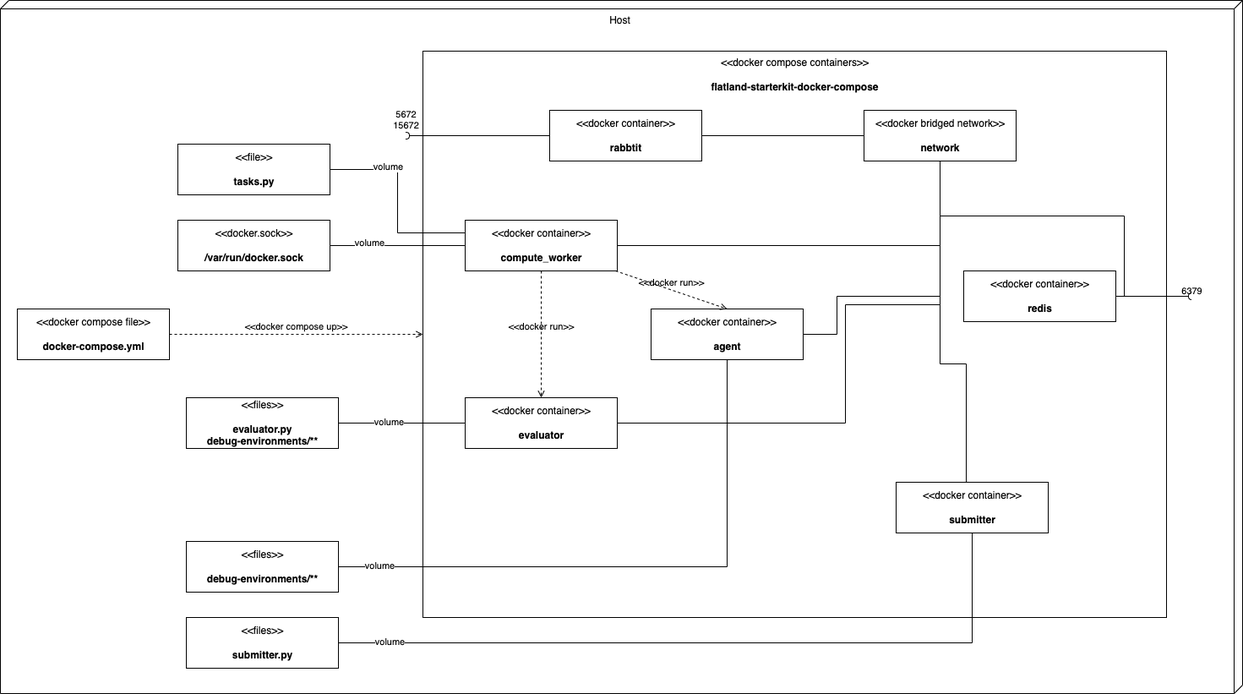
flatland-association/flatland-benchmarks keeps this draw.io diagram as evaluation/img/deployment.drawio.png. Above is the earlier version. Source tidied: cells renumbered, new cells last; positions are measured from the earlier drawing's top-left corner, leaving out a move shared by most shapes.
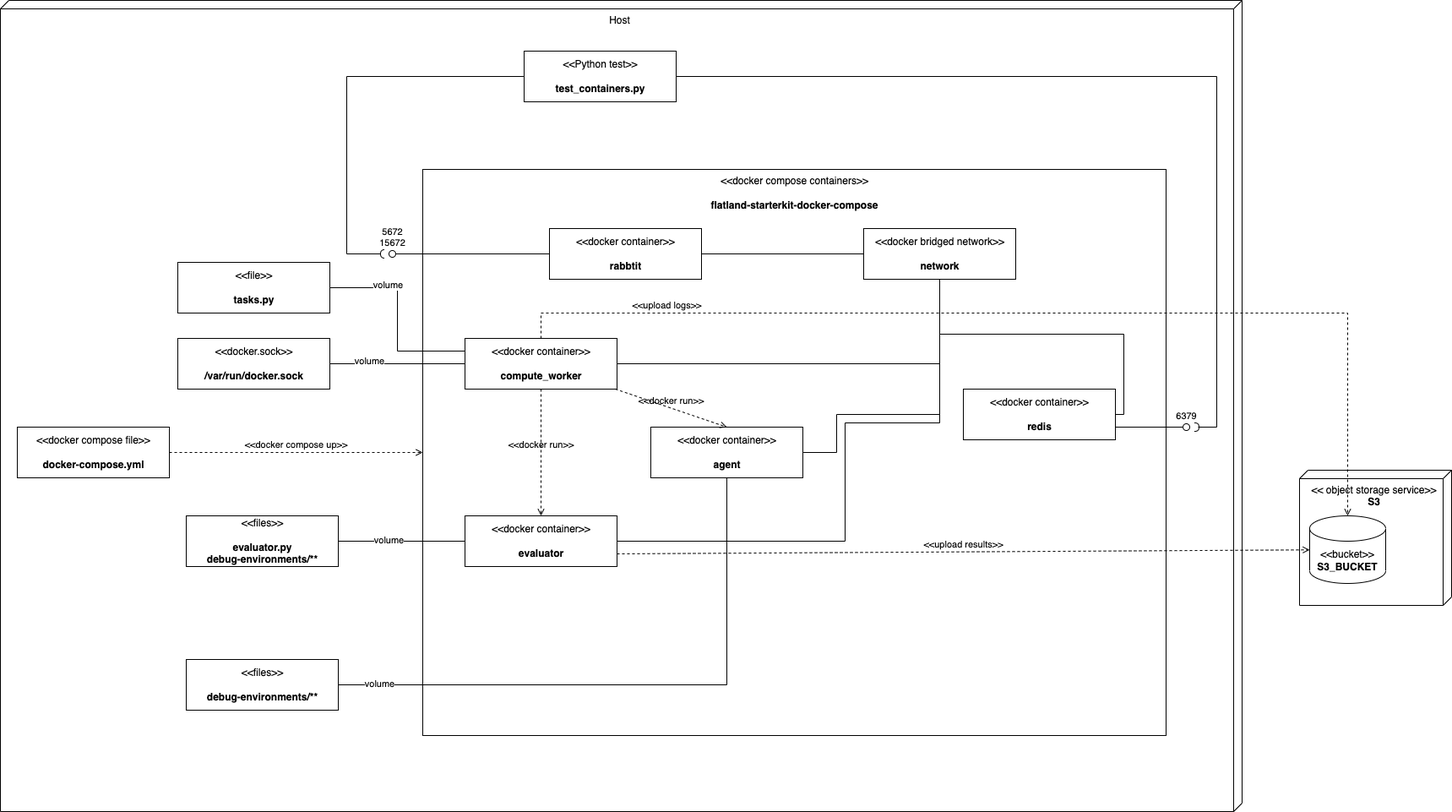
The same file after the commit.

Commit message:
feat: logs to s3 instead of redis. (#183)

The edit, as a diff of the source:
```diff
@@ -3,7 +3,7 @@
     <mxCell id="0" />
     <mxCell id="1" parent="0" />
     <mxCell id="2" value="Host" style="verticalAlign=top;align=center;shape=cube;size=10;direction=south;fontStyle=0;html=1;boundedLbl=1;spacingLeft=5;" parent="1" vertex="1">
-      <mxGeometry width="1470" height="820" as="geometry" />
+      <mxGeometry y="-140" width="1470" height="960" as="geometry" />
     </mxCell>
     <mxCell id="3" value="&amp;lt;&amp;lt;docker compose containers&amp;gt;&amp;gt;&lt;br&gt;&lt;br&gt;&lt;b&gt;flatland-starterkit-docker-compose&lt;/b&gt;" style="text;html=1;align=center;verticalAlign=top;dashed=0;fillColor=none;strokeColor=#000000;" parent="1" vertex="1">
       <mxGeometry x="500" y="60" width="880" height="670" as="geometry" />
@@ -26,11 +26,6 @@
     <mxCell id="9" value="&amp;lt;&amp;lt;docker compose up&amp;gt;&amp;gt;" style="html=1;verticalAlign=bottom;labelBackgroundColor=none;endArrow=open;endFill=0;dashed=1;rounded=0;exitX=1;exitY=0.5;exitDx=0;exitDy=0;" parent="1" edge="1" source="8" target="3">
       <mxGeometry relative="1" as="geometry" />
     </mxCell>
-    <mxCell id="10" value="5672&lt;br&gt;15672" style="html=1;verticalAlign=bottom;labelBackgroundColor=none;startArrow=halfCircle;startFill=0;startSize=2;endArrow=none;rounded=0;entryX=0;entryY=0.5;entryDx=0;entryDy=0;" parent="1" edge="1" target="4">
-      <mxGeometry x="-1" y="3" relative="1" as="geometry">
-        <mxPoint x="480" y="160" as="sourcePoint" />
-      </mxGeometry>
-    </mxCell>
     <mxCell id="11" style="endArrow=none;html=1;rounded=0;entryX=0;entryY=0.5;entryDx=0;entryDy=0;exitX=1;exitY=0.5;exitDx=0;exitDy=0;" parent="1" edge="1" source="4" target="7">
       <mxGeometry relative="1" as="geometry" />
     </mxCell>
@@ -52,9 +47,6 @@
     <mxCell id="17" value="&amp;lt;&amp;lt;docker run&amp;gt;&amp;gt;" style="html=1;verticalAlign=bottom;labelBackgroundColor=none;endArrow=open;endFill=0;dashed=1;rounded=0;entryX=0.5;entryY=0;entryDx=0;entryDy=0;" parent="1" edge="1" source="6" target="15">
       <mxGeometry relative="1" as="geometry" />
     </mxCell>
-    <mxCell id="18" value="&amp;lt;&amp;lt;docker container&amp;gt;&amp;gt;&lt;br&gt;&lt;br&gt;&lt;b&gt;submitter&lt;/b&gt;" style="text;html=1;align=center;verticalAlign=middle;dashed=0;fillColor=#ffffff;strokeColor=#000000;" parent="1" vertex="1">
-      <mxGeometry x="1060" y="570" width="180" height="60" as="geometry" />
-    </mxCell>
     <mxCell id="19" style="endArrow=none;html=1;rounded=0;edgeStyle=orthogonalEdgeStyle;entryX=0.5;entryY=1;entryDx=0;entryDy=0;" parent="1" edge="1" source="15" target="7">
       <mxGeometry relative="1" as="geometry">
         <Array as="points">
@@ -63,14 +55,6 @@
         </Array>
       </mxGeometry>
     </mxCell>
-    <mxCell id="20" style="endArrow=none;html=1;rounded=0;edgeStyle=orthogonalEdgeStyle;entryX=0.5;entryY=1;entryDx=0;entryDy=0;exitX=0.461;exitY=0;exitDx=0;exitDy=0;exitPerimeter=0;" parent="1" edge="1" source="18" target="7">
-      <mxGeometry relative="1" as="geometry">
-        <Array as="points">
-          <mxPoint x="1143" y="430" />
-          <mxPoint x="1112" y="430" />
-        </Array>
-      </mxGeometry>
-    </mxCell>
     <mxCell id="21" style="endArrow=none;html=1;rounded=0;edgeStyle=orthogonalEdgeStyle;entryX=0.5;entryY=1;entryDx=0;entryDy=0;" parent="1" edge="1" source="14" target="7">
       <mxGeometry relative="1" as="geometry">
         <Array as="points">
@@ -80,11 +64,6 @@
         </Array>
       </mxGeometry>
     </mxCell>
-    <mxCell id="22" value="6379" style="html=1;verticalAlign=bottom;labelBackgroundColor=none;startArrow=halfCircle;startFill=0;startSize=2;endArrow=none;rounded=0;" parent="1" edge="1" target="5">
-      <mxGeometry x="-1" y="3" relative="1" as="geometry">
-        <mxPoint x="1410" y="350" as="sourcePoint" />
-      </mxGeometry>
-    </mxCell>
     <mxCell id="23" value="&amp;lt;&amp;lt;files&amp;gt;&amp;gt;&lt;br&gt;&lt;br&gt;&lt;b&gt;evaluator.py&lt;br&gt;debug-environments/**&lt;br&gt;&lt;/b&gt;" style="text;html=1;align=center;verticalAlign=middle;dashed=0;fillColor=#ffffff;strokeColor=#000000;" parent="1" vertex="1">
       <mxGeometry x="220" y="470" width="180" height="60" as="geometry" />
     </mxCell>
@@ -121,14 +100,60 @@
     <mxCell id="34" value="volume" style="edgeLabel;html=1;align=center;verticalAlign=middle;" parent="33" vertex="1">
       <mxGeometry x="-0.42" y="4" relative="1" as="geometry" />
     </mxCell>
-    <mxCell id="35" value="&amp;lt;&amp;lt;files&amp;gt;&amp;gt;&lt;br&gt;&lt;br&gt;&lt;b&gt;submitter.py&lt;br&gt;&lt;/b&gt;" style="text;html=1;align=center;verticalAlign=middle;dashed=0;fillColor=#ffffff;strokeColor=#000000;" parent="1" vertex="1">
-      <mxGeometry x="220" y="730" width="180" height="60" as="geometry" />
+    <mxCell id="35" value="&amp;lt;&amp;lt;Python test&amp;gt;&amp;gt;&lt;br&gt;&lt;br&gt;&lt;b&gt;test_containers.py&lt;br&gt;&lt;/b&gt;" style="text;html=1;align=center;verticalAlign=middle;dashed=0;fillColor=#ffffff;strokeColor=#000000;" parent="1" vertex="1">
+      <mxGeometry x="620" y="-80" width="180" height="60" as="geometry" />
     </mxCell>
-    <mxCell id="36" style="endArrow=none;html=1;rounded=0;exitX=1;exitY=0.5;exitDx=0;exitDy=0;edgeStyle=orthogonalEdgeStyle;" parent="1" edge="1" source="35" target="18">
-      <mxGeometry relative="1" as="geometry" />
-    </mxCell>
-    <mxCell id="37" value="volume" style="edgeLabel;html=1;align=center;verticalAlign=middle;" parent="36" vertex="1">
-      <mxGeometry x="-0.86" y="2" relative="1" as="geometry" />
-    </mxCell>
+    <mxCell id="38" style="endArrow=none;html=1;rounded=0;align=center;verticalAlign=top;endFill=0;labelBackgroundColor=none;endSize=2;exitX=1;exitY=0.75;exitDx=0;exitDy=0;" parent="1" edge="1" source="5" target="22">
+      <mxGeometry relative="1" as="geometry" />
+    </mxCell>
+    <mxCell id="22" value="6379" style="ellipse;html=1;fontSize=11;align=center;fillColor=none;points=[];verticalAlign=bottom;labelPosition=center;verticalLabelPosition=top;flipH=1;" parent="1" vertex="1">
+      <mxGeometry x="1400" y="361" width="8" height="8" as="geometry" />
+    </mxCell>
+    <mxCell id="39" style="endArrow=none;html=1;rounded=0;align=center;verticalAlign=top;endFill=0;labelBackgroundColor=none;endSize=2;exitX=0;exitY=0.5;exitDx=0;exitDy=0;" parent="1" edge="1" source="4" target="10">
+      <mxGeometry relative="1" as="geometry" />
+    </mxCell>
+    <mxCell id="10" value="5672&lt;br&gt;15672" style="ellipse;html=1;fontSize=11;align=center;fillColor=none;points=[];verticalAlign=bottom;labelPosition=center;verticalLabelPosition=top;flipH=1;" parent="1" vertex="1">
+      <mxGeometry x="460" y="156" width="8" height="8" as="geometry" />
+    </mxCell>
+    <mxCell id="40" style="endArrow=none;html=1;rounded=0;align=center;verticalAlign=top;endFill=0;labelBackgroundColor=none;endSize=2;exitX=0;exitY=0.5;exitDx=0;exitDy=0;" parent="1" edge="1" source="35" target="41">
+      <mxGeometry relative="1" as="geometry">
+        <Array as="points">
+          <mxPoint x="410" y="-50" />
+          <mxPoint x="410" y="160" />
+        </Array>
+      </mxGeometry>
+    </mxCell>
+    <mxCell id="41" style="shape=requiredInterface;html=1;fontSize=11;align=center;fillColor=none;points=[];verticalAlign=bottom;labelPosition=center;verticalLabelPosition=top;flipH=1;" parent="1" vertex="1">
+      <mxGeometry x="450" y="155" width="5" height="10" as="geometry" />
+    </mxCell>
+    <mxCell id="42" style="endArrow=none;html=1;rounded=0;align=center;verticalAlign=top;endFill=0;labelBackgroundColor=none;endSize=2;entryX=0.8;entryY=0.5;entryDx=0;entryDy=0;entryPerimeter=0;" parent="1" edge="1" target="43">
+      <mxGeometry relative="1" as="geometry">
+        <mxPoint x="800" y="-50" as="sourcePoint" />
+        <Array as="points">
+          <mxPoint x="1440" y="-50" />
+          <mxPoint x="1440" y="365" />
+        </Array>
+      </mxGeometry>
+    </mxCell>
+    <mxCell id="43" style="shape=requiredInterface;html=1;fontSize=11;align=center;fillColor=none;points=[];verticalAlign=bottom;labelPosition=center;verticalLabelPosition=top;flipH=0;flipV=1;" parent="1" vertex="1">
+      <mxGeometry x="1414" y="360" width="5" height="10" as="geometry" />
+    </mxCell>
+    <mxCell id="44" value="&amp;lt;&amp;lt; object storage service&amp;gt;&amp;gt;&lt;br&gt;&lt;b&gt;S3&lt;/b&gt;" style="verticalAlign=top;align=center;shape=cube;size=10;direction=south;fontStyle=0;html=1;boundedLbl=1;spacingLeft=5;" parent="1" vertex="1">
+      <mxGeometry x="1538" y="416" width="180" height="160" as="geometry" />
+    </mxCell>
+    <mxCell id="45" value="&amp;lt;&amp;lt;bucket&amp;gt;&amp;gt;&lt;br&gt;&lt;b&gt;S3_BUCKET&lt;/b&gt;" style="shape=cylinder3;whiteSpace=wrap;html=1;boundedLbl=1;backgroundOutline=1;size=15;" parent="1" vertex="1">
+      <mxGeometry x="1550" y="470" width="90" height="80" as="geometry" />
+    </mxCell>
+    <mxCell id="46" value="&amp;lt;&amp;lt;upload results&amp;gt;&amp;gt;" style="html=1;verticalAlign=bottom;labelBackgroundColor=none;endArrow=open;endFill=0;dashed=1;rounded=0;exitX=1;exitY=0.75;exitDx=0;exitDy=0;" parent="1" edge="1" source="14" target="45">
+      <mxGeometry relative="1" as="geometry" />
+    </mxCell>
+    <mxCell id="47" value="&amp;lt;&amp;lt;upload logs&amp;gt;&amp;gt;" style="html=1;verticalAlign=bottom;labelBackgroundColor=none;endArrow=open;endFill=0;dashed=1;rounded=0;exitX=0.5;exitY=0;exitDx=0;exitDy=0;" parent="1" edge="1" source="6" target="45">
+      <mxGeometry x="-0.71" relative="1" as="geometry">
+        <Array as="points">
+          <mxPoint x="640" y="230" />
+          <mxPoint x="1595" y="230" />
+        </Array>
+      </mxGeometry>
+    </mxCell>
   </root>
 </mxGraphModel>
```
